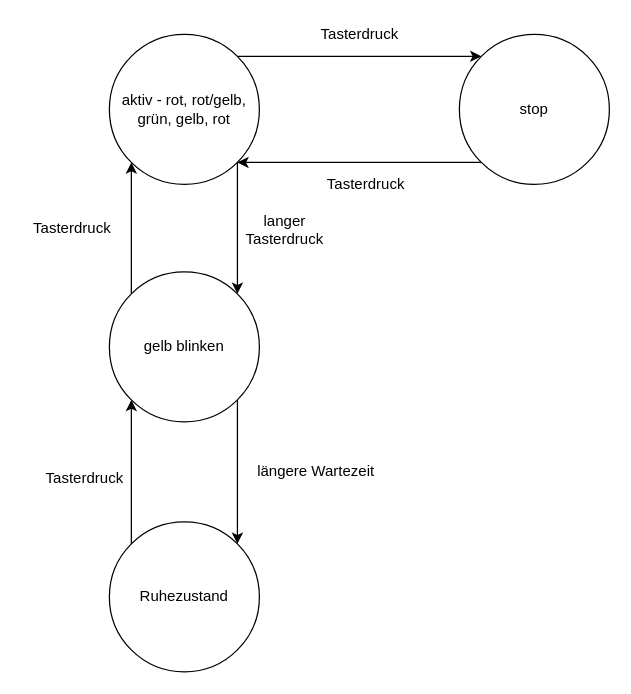
Before: doc/additional_files/flowchart_drawio_file.drawio in torbenf/STec-TrafficLight, a draw.io diagram. Source tidied: cells renumbered, new cells numbered last; positions are measured from the earlier drawing's top-left corner, leaving out a move shared by most shapes. Both pictures are drawn from the tidied source at 125%, with x=0, y=0 at pixel (21, 21).
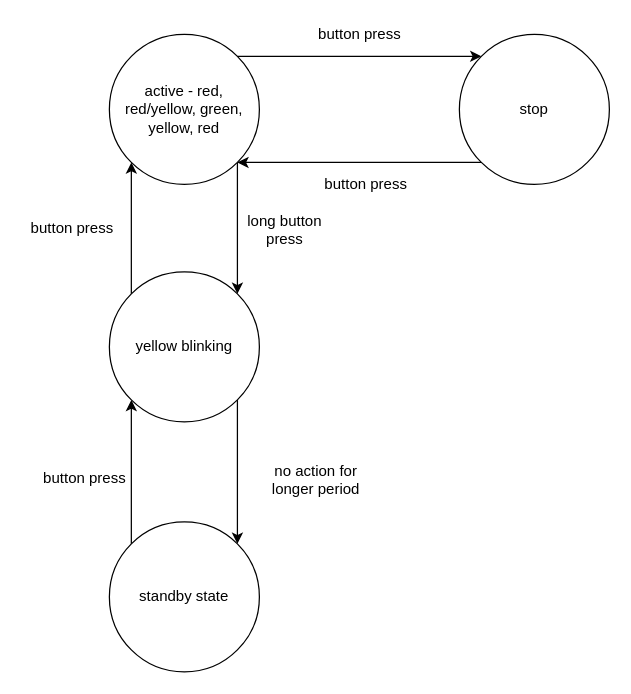
After the change.

Commit message (it also covers changes not shown here):
added flowchart with english description

Diff of the diagram source:
```diff
@@
 <mxGraphModel background="#ffffff">
   <root>
     <mxCell id="0" />
     <mxCell id="1" parent="0" />
     <mxCell id="2" style="edgeStyle=orthogonalEdgeStyle;rounded=0;jettySize=auto;html=1;exitX=0;exitY=0;exitDx=0;exitDy=0;entryX=0;entryY=1;entryDx=0;entryDy=0;" parent="1" edge="1" source="4" target="7">
       <mxGeometry relative="1" as="geometry" />
     </mxCell>
     <mxCell id="3" style="edgeStyle=orthogonalEdgeStyle;rounded=0;jettySize=auto;html=1;exitX=1;exitY=1;exitDx=0;exitDy=0;entryX=1;entryY=0;entryDx=0;entryDy=0;" parent="1" edge="1" source="4" target="11">
       <mxGeometry relative="1" as="geometry" />
     </mxCell>
-    <mxCell id="4" value="gelb blinken" style="ellipse;whiteSpace=wrap;html=1;" parent="1" vertex="1">
+    <mxCell id="4" value="yellow blinking" style="ellipse;whiteSpace=wrap;html=1;" parent="1" vertex="1">
       <mxGeometry x="70" y="200" width="120" height="120" as="geometry" />
     </mxCell>
     <mxCell id="5" style="edgeStyle=orthogonalEdgeStyle;rounded=0;jettySize=auto;html=1;exitX=1;exitY=0;exitDx=0;exitDy=0;entryX=0;entryY=0;entryDx=0;entryDy=0;" parent="1" edge="1" source="7" target="9">
       <mxGeometry relative="1" as="geometry" />
     </mxCell>
     <mxCell id="6" style="edgeStyle=orthogonalEdgeStyle;rounded=0;jettySize=auto;html=1;exitX=1;exitY=1;exitDx=0;exitDy=0;entryX=1;entryY=0;entryDx=0;entryDy=0;" parent="1" edge="1" source="7" target="4">
       <mxGeometry relative="1" as="geometry" />
     </mxCell>
-    <mxCell id="7" value="&lt;div&gt;aktiv - rot, rot/gelb, grün, gelb, rot&lt;/div&gt;" style="ellipse;whiteSpace=wrap;html=1;" parent="1" vertex="1">
+    <mxCell id="7" value="&lt;div&gt;active - red, red/yellow, green, yellow, red&lt;/div&gt;" style="ellipse;whiteSpace=wrap;html=1;" parent="1" vertex="1">
       <mxGeometry x="70" y="10" width="120" height="120" as="geometry" />
     </mxCell>
     <mxCell id="8" style="edgeStyle=orthogonalEdgeStyle;rounded=0;jettySize=auto;html=1;exitX=0;exitY=1;exitDx=0;exitDy=0;entryX=1;entryY=1;entryDx=0;entryDy=0;" parent="1" edge="1" source="9" target="7">
       <mxGeometry relative="1" as="geometry" />
     </mxCell>
     <mxCell id="9" value="&lt;div&gt;stop&lt;/div&gt;" style="ellipse;whiteSpace=wrap;html=1;" parent="1" vertex="1">
       <mxGeometry x="350" y="10" width="120" height="120" as="geometry" />
     </mxCell>
     <mxCell id="10" style="edgeStyle=orthogonalEdgeStyle;rounded=0;jettySize=auto;html=1;exitX=0;exitY=0;exitDx=0;exitDy=0;entryX=0;entryY=1;entryDx=0;entryDy=0;" parent="1" edge="1" source="11" target="4">
       <mxGeometry relative="1" as="geometry" />
     </mxCell>
-    <mxCell id="11" value="Ruhezustand" style="ellipse;whiteSpace=wrap;html=1;" parent="1" vertex="1">
+    <mxCell id="11" value="standby state" style="ellipse;whiteSpace=wrap;html=1;" parent="1" vertex="1">
       <mxGeometry x="70" y="400" width="120" height="120" as="geometry" />
     </mxCell>
-    <mxCell id="12" value="Tasterdruck" style="text;html=1;align=center;verticalAlign=top;spacingTop=-4;rounded=0;imageAlign=center;" parent="1" vertex="1">
+    <mxCell id="12" value="button press" style="text;html=1;align=center;verticalAlign=top;spacingTop=-4;rounded=0;imageAlign=center;" parent="1" vertex="1">
       <mxGeometry x="230" width="80" height="20" as="geometry" />
     </mxCell>
-    <mxCell id="13" value="Tasterdruck" style="text;html=1;align=center;verticalAlign=top;spacingTop=-4;rounded=0;imageAlign=center;" parent="1" vertex="1">
+    <mxCell id="13" value="button press" style="text;html=1;align=center;verticalAlign=top;spacingTop=-4;rounded=0;imageAlign=center;" parent="1" vertex="1">
       <mxGeometry x="235" y="120" width="80" height="20" as="geometry" />
     </mxCell>
-    <mxCell id="14" value="Tasterdruck" style="text;html=1;align=center;verticalAlign=top;spacingTop=-4;rounded=0;imageAlign=center;" parent="1" vertex="1">
+    <mxCell id="14" value="button press" style="text;html=1;align=center;verticalAlign=top;spacingTop=-4;rounded=0;imageAlign=center;" parent="1" vertex="1">
       <mxGeometry y="155" width="80" height="20" as="geometry" />
     </mxCell>
-    <mxCell id="15" value="&lt;div&gt;längere Wartezeit&lt;/div&gt;&lt;div&gt;&lt;br&gt;&lt;/div&gt;" style="text;html=1;align=center;verticalAlign=top;spacingTop=-4;rounded=0;imageAlign=center;" parent="1" vertex="1">
-      <mxGeometry x="180" y="350" width="110" height="30" as="geometry" />
+    <mxCell id="15" value="&lt;div&gt;no action for &lt;br&gt;&lt;/div&gt;&lt;div&gt;longer period&lt;/div&gt;" style="text;html=1;align=center;verticalAlign=top;spacingTop=-4;rounded=0;imageAlign=center;" parent="1" vertex="1">
+      <mxGeometry x="190" y="350" width="90" height="30" as="geometry" />
     </mxCell>
-    <mxCell id="16" value="Tasterdruck" style="text;html=1;align=center;verticalAlign=top;spacingTop=-4;rounded=0;imageAlign=center;" parent="1" vertex="1">
+    <mxCell id="16" value="button press" style="text;html=1;align=center;verticalAlign=top;spacingTop=-4;rounded=0;imageAlign=center;" parent="1" vertex="1">
       <mxGeometry x="10" y="355" width="80" height="20" as="geometry" />
     </mxCell>
-    <mxCell id="17" value="&lt;div&gt;langer &lt;br&gt;&lt;/div&gt;&lt;div&gt;Tasterdruck&lt;/div&gt;" style="text;html=1;align=center;verticalAlign=top;spacingTop=-4;rounded=0;imageAlign=center;" parent="1" vertex="1">
-      <mxGeometry x="170" y="150" width="80" height="30" as="geometry" />
+    <mxCell id="17" value="&lt;div&gt;long button&lt;/div&gt;&lt;div&gt; press&lt;/div&gt;" style="text;html=1;align=center;verticalAlign=top;spacingTop=-4;rounded=0;imageAlign=center;" parent="1" vertex="1">
+      <mxGeometry x="175" y="150" width="70" height="30" as="geometry" />
     </mxCell>
   </root>
 </mxGraphModel>
```
